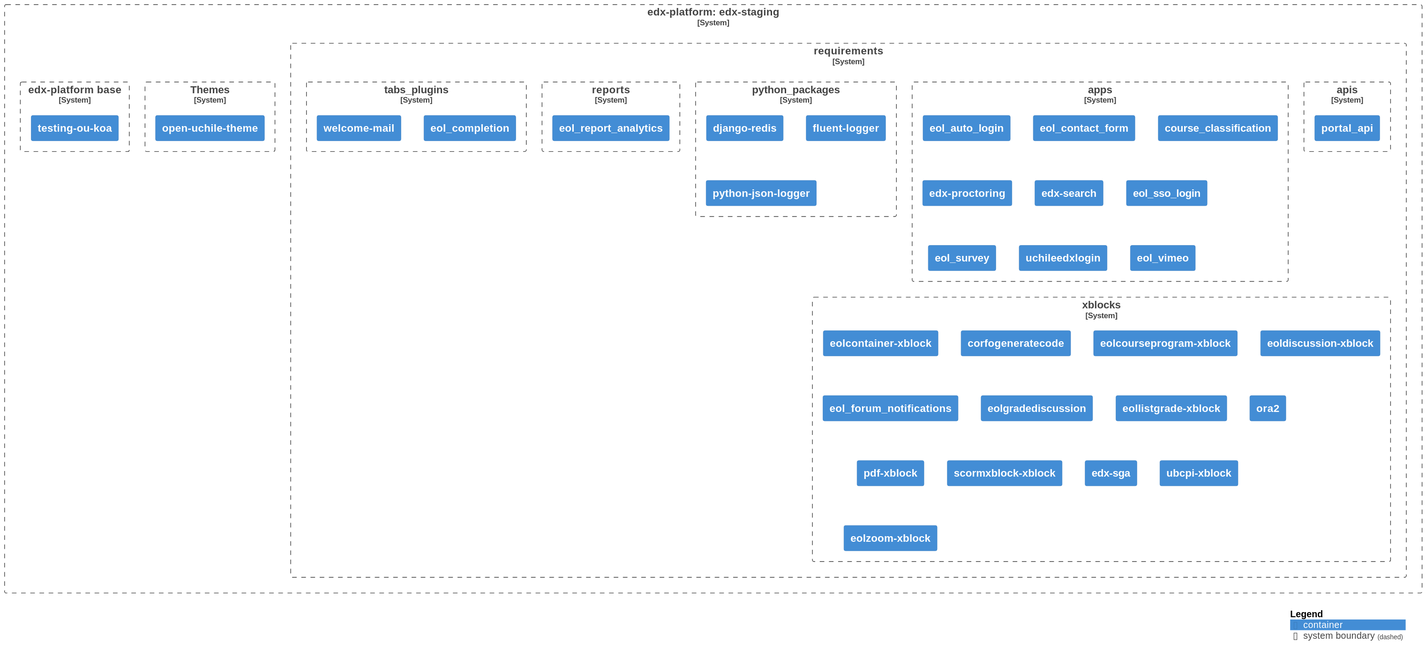
Before: diagrams/diagram.svg, a diagram exported from PlantUML (eol-uchile/edx-staging).
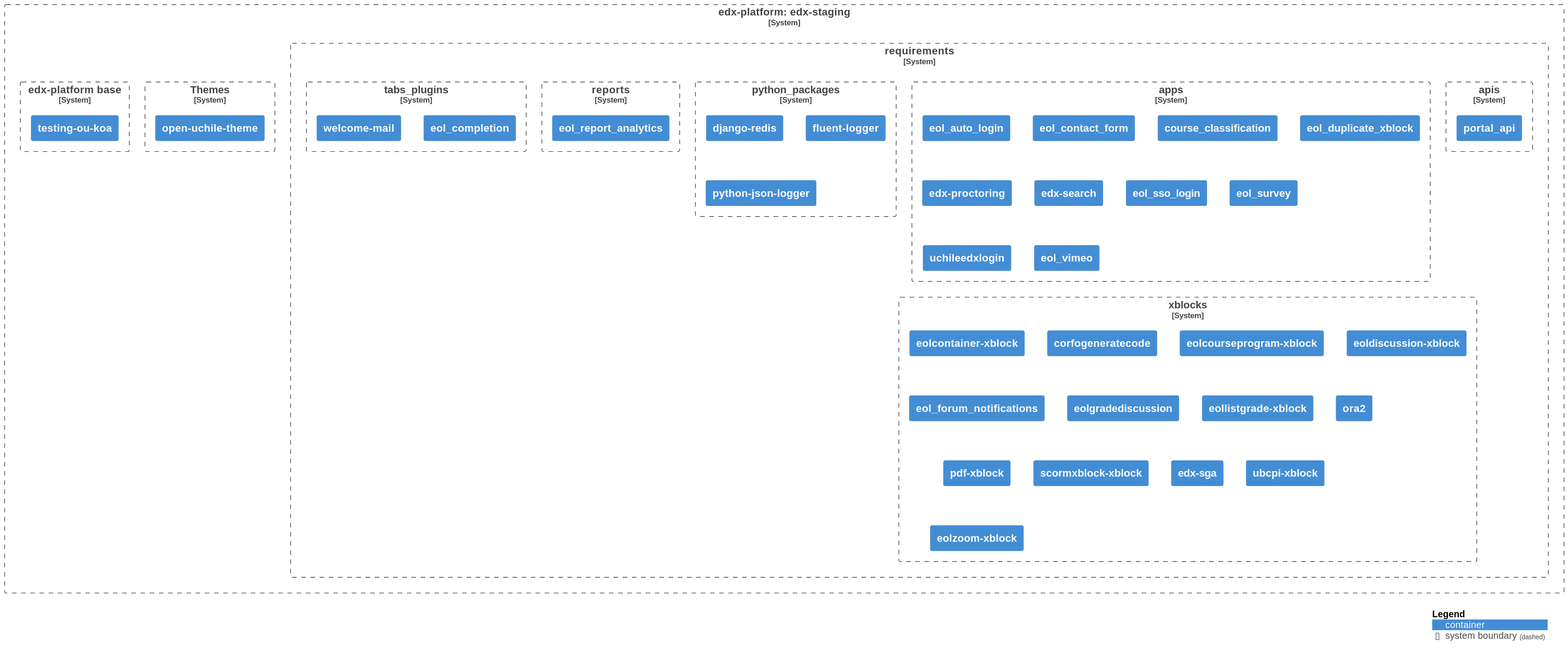
Later version of the same file.

Commit message:
Auto-generate UML diagram

Diff of the diagram source:
```diff
@@ -21,17 +21,19 @@
 
                 Container(apps3, "course_classification", $link="https://github.com/eol-uchile/course_classification")
 
-                Container(apps4, "edx-proctoring", $link="https://github.com/open-uchile/edx-proctoring")
+                Container(apps4, "eol_duplicate_xblock", $link="https://github.com/eol-uchile/eol_duplicate_xblock")
 
-                Container(apps5, "edx-search", $link="https://github.com/eol-uchile/edx-search")
+                Container(apps5, "edx-proctoring", $link="https://github.com/open-uchile/edx-proctoring")
 
-                Container(apps6, "eol_sso_login", $link="https://github.com/eol-uchile/eol_sso_login")
+                Container(apps6, "edx-search", $link="https://github.com/eol-uchile/edx-search")
 
-                Container(apps7, "eol_survey", $link="https://github.com/eol-uchile/eol_survey")
+                Container(apps7, "eol_sso_login", $link="https://github.com/eol-uchile/eol_sso_login")
 
-                Container(apps8, "uchileedxlogin", $link="https://github.com/open-uchile/uchileedxlogin")
+                Container(apps8, "eol_survey", $link="https://github.com/eol-uchile/eol_survey")
 
-                Container(apps9, "eol_vimeo", $link="https://github.com/eol-uchile/eol_vimeo")
+                Container(apps9, "uchileedxlogin", $link="https://github.com/open-uchile/uchileedxlogin")
+
+                Container(apps10, "eol_vimeo", $link="https://github.com/eol-uchile/eol_vimeo")
 
             }
 
```
